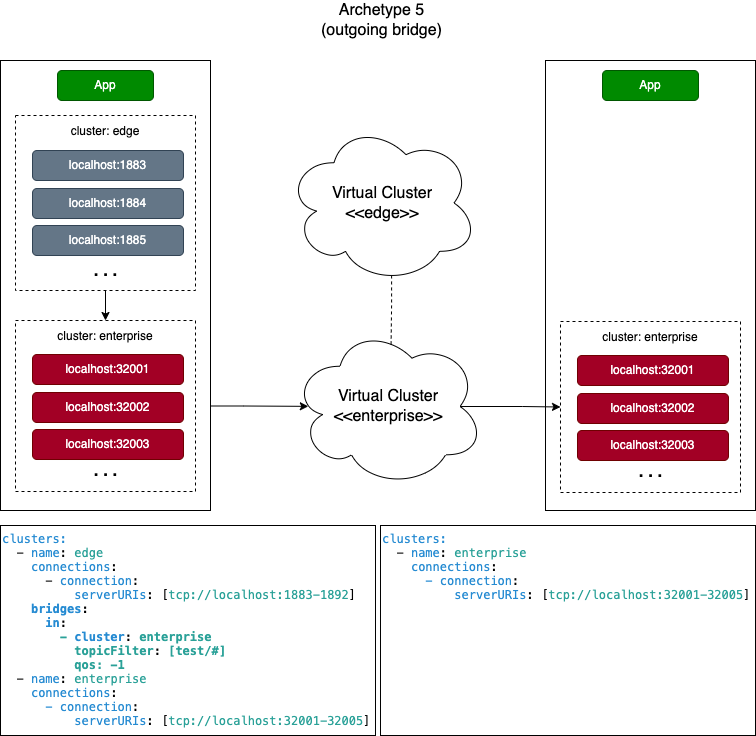
padogrid/bundle-mosquitto-tutorial-virtual-clusters keeps this draw.io diagram as images/mqtt-archetype5.drawio.png. Above is the earlier version. Source tidied: cells renumbered, new cells last; positions are measured from the earlier drawing's top-left corner, leaving out a move shared by most shapes.
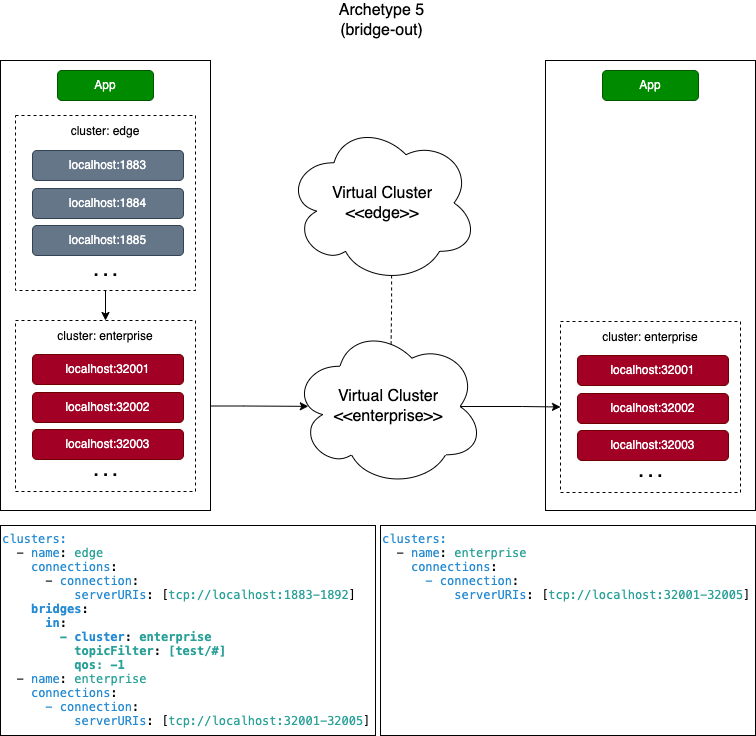
Later version of the same file.

The edit, as a diff of the source:
```diff
@@ -2,7 +2,7 @@
   <root>
     <mxCell id="0" />
     <mxCell id="1" parent="0" />
-    <mxCell id="2" value="Archetype 5&lt;br&gt;(outgoing bridge)" style="text;html=1;strokeColor=none;fillColor=none;align=center;verticalAlign=middle;whiteSpace=wrap;rounded=0;fontSize=16;fontColor=#000000;" parent="1" vertex="1">
+    <mxCell id="2" value="Archetype 5&lt;br&gt;(bridge-out)" style="text;html=1;strokeColor=none;fillColor=none;align=center;verticalAlign=middle;whiteSpace=wrap;rounded=0;fontSize=16;fontColor=#000000;" parent="1" vertex="1">
       <mxGeometry x="159" width="445" height="40" as="geometry" />
     </mxCell>
     <mxCell id="3" value="&lt;p style=&quot;margin: 0px; font-variant-numeric: normal; font-variant-east-asian: normal; font-stretch: normal; line-height: normal; font-family: Menlo; color: rgb(38, 139, 210);&quot; class=&quot;p1&quot;&gt;&lt;font style=&quot;font-size: 12px;&quot;&gt;clusters:&lt;/font&gt;&lt;/p&gt;&lt;p style=&quot;margin: 0px; font-variant-numeric: normal; font-variant-east-asian: normal; font-stretch: normal; line-height: normal; font-family: Menlo;&quot; class=&quot;p2&quot;&gt;&lt;font style=&quot;font-size: 12px;&quot;&gt;&lt;span class=&quot;Apple-converted-space&quot;&gt;&amp;nbsp; &lt;/span&gt;- &lt;span style=&quot;color: rgb(38, 139, 210);&quot; class=&quot;s2&quot;&gt;name&lt;/span&gt;: &lt;span style=&quot;color: rgb(42, 161, 152);&quot; class=&quot;s3&quot;&gt;edge&lt;/span&gt;&lt;/font&gt;&lt;/p&gt;&lt;p style=&quot;margin: 0px; font-variant-numeric: normal; font-variant-east-asian: normal; font-stretch: normal; line-height: normal; font-family: Menlo;&quot; class=&quot;p2&quot;&gt;&lt;font style=&quot;font-size: 12px;&quot;&gt;&lt;span style=&quot;color: rgb(42, 161, 152);&quot; class=&quot;s3&quot;&gt;&amp;nbsp; &amp;nbsp;&amp;nbsp;&lt;span style=&quot;color: rgb(38, 139, 210);&quot;&gt;connections&lt;/span&gt;&lt;span style=&quot;border-color: var(--border-color); color: rgb(0, 0, 0);&quot; class=&quot;s1&quot;&gt;:&lt;/span&gt;&lt;br&gt;&lt;/span&gt;&lt;/font&gt;&lt;/p&gt;&lt;p style=&quot;margin: 0px; font-variant-numeric: normal; font-variant-east-asian: normal; font-stretch: normal; line-height: normal; font-family: Menlo; color: rgb(38, 139, 210);&quot; class=&quot;p1&quot;&gt;&lt;font style=&quot;font-size: 12px;&quot;&gt;&lt;span style=&quot;color: rgb(0, 0, 0);&quot; class=&quot;s1&quot;&gt;&amp;nbsp; &amp;nbsp; &amp;nbsp; -&amp;nbsp;&lt;/span&gt;connection&lt;span style=&quot;color: rgb(0, 0, 0);&quot; class=&quot;s1&quot;&gt;:&lt;/span&gt;&lt;/font&gt;&lt;/p&gt;&lt;p style=&quot;margin: 0px; font-variant-numeric: normal; font-variant-east-asian: normal; font-stretch: normal; line-height: normal; font-family: Menlo; color: rgb(42, 161, 152);&quot; class=&quot;p3&quot;&gt;&lt;font style=&quot;font-size: 12px;&quot;&gt;&lt;span style=&quot;color: rgb(0, 0, 0);&quot; class=&quot;s1&quot;&gt;&amp;nbsp; &amp;nbsp; &amp;nbsp; &amp;nbsp; &amp;nbsp;&amp;nbsp;&lt;/span&gt;&lt;span style=&quot;color: rgb(38, 139, 210);&quot; class=&quot;s2&quot;&gt;serverURIs&lt;/span&gt;&lt;span style=&quot;color: rgb(0, 0, 0);&quot; class=&quot;s1&quot;&gt;: [&lt;/span&gt;tcp://localhost:1883-1892&lt;span style=&quot;color: rgb(0, 0, 0);&quot; class=&quot;s1&quot;&gt;]&lt;/span&gt;&lt;/font&gt;&lt;/p&gt;&lt;p style=&quot;margin: 0px; font-variant-numeric: normal; font-variant-east-asian: normal; font-stretch: normal; line-height: normal; font-family: Menlo; color: rgb(42, 161, 152);&quot; class=&quot;p3&quot;&gt;&lt;span style=&quot;color: rgb(0, 0, 0); background-color: initial;&quot;&gt;&amp;nbsp; &amp;nbsp; &lt;/span&gt;&lt;b&gt;&lt;span style=&quot;background-color: initial; border-color: var(--border-color); color: rgb(38, 139, 210);&quot; class=&quot;s2&quot;&gt;bridges&lt;/span&gt;&lt;span style=&quot;color: rgb(0, 0, 0); background-color: initial; border-color: var(--border-color);&quot; class=&quot;s1&quot;&gt;:&lt;/span&gt;&lt;br&gt;&lt;/b&gt;&lt;/p&gt;&lt;p style=&quot;margin: 0px; font-variant-numeric: normal; font-variant-east-asian: normal; font-stretch: normal; line-height: normal; font-family: Menlo; color: rgb(42, 161, 152);&quot; class=&quot;p3&quot;&gt;&lt;b&gt;&lt;span style=&quot;color: rgb(0, 0, 0); background-color: initial; border-color: var(--border-color);&quot; class=&quot;s1&quot;&gt;&lt;/span&gt;&lt;/b&gt;&lt;/p&gt;&lt;p style=&quot;border-color: var(--border-color); font-variant-numeric: normal; font-variant-east-asian: normal; font-stretch: normal; line-height: normal; font-family: Menlo; margin: 0px; color: rgb(42, 161, 152);&quot; class=&quot;p3&quot;&gt;&lt;font style=&quot;border-color: var(--border-color);&quot;&gt;&lt;b&gt;&amp;nbsp; &amp;nbsp; &amp;nbsp;&amp;nbsp;&lt;span style=&quot;border-color: var(--border-color); color: rgb(38, 139, 210);&quot; class=&quot;s2&quot;&gt;in&lt;/span&gt;&lt;span style=&quot;border-color: var(--border-color); color: rgb(0, 0, 0);&quot; class=&quot;s1&quot;&gt;:&lt;/span&gt;&lt;/b&gt;&lt;/font&gt;&lt;/p&gt;&lt;p style=&quot;border-color: var(--border-color); font-variant-numeric: normal; font-variant-east-asian: normal; font-stretch: normal; line-height: normal; font-family: Menlo; margin: 0px; color: rgb(42, 161, 152);&quot; class=&quot;p3&quot;&gt;&lt;font style=&quot;border-color: var(--border-color);&quot;&gt;&lt;b&gt;&lt;span style=&quot;border-color: var(--border-color); color: rgb(0, 0, 0);&quot; class=&quot;s1&quot;&gt;&lt;/span&gt;&lt;/b&gt;&lt;/font&gt;&lt;/p&gt;&lt;p style=&quot;border-color: var(--border-color); font-variant-numeric: normal; font-variant-east-asian: normal; font-stretch: normal; line-height: normal; font-family: Menlo; margin: 0px; color: rgb(42, 161, 152);&quot; class=&quot;p3&quot;&gt;&lt;font style=&quot;border-color: var(--border-color);&quot;&gt;&lt;b&gt;&amp;nbsp; &amp;nbsp; &amp;nbsp; &amp;nbsp; -&amp;nbsp;&lt;span style=&quot;border-color: var(--border-color); color: rgb(38, 139, 210);&quot; class=&quot;s2&quot;&gt;cluster&lt;/span&gt;&lt;span style=&quot;border-color: var(--border-color); color: rgb(0, 0, 0);&quot; class=&quot;s1&quot;&gt;: &lt;/span&gt;enterprise&lt;/b&gt;&lt;/font&gt;&lt;/p&gt;&lt;p style=&quot;border-color: var(--border-color); font-variant-numeric: normal; font-variant-east-asian: normal; font-stretch: normal; line-height: normal; font-family: Menlo; margin: 0px; color: rgb(42, 161, 152);&quot; class=&quot;p3&quot;&gt;&lt;b&gt;&lt;font style=&quot;border-color: var(--border-color);&quot;&gt;&lt;/font&gt;&lt;/b&gt;&lt;/p&gt;&lt;p style=&quot;border-color: var(--border-color); font-variant-numeric: normal; font-variant-east-asian: normal; font-stretch: normal; line-height: normal; font-family: Menlo; margin: 0px; color: rgb(42, 161, 152);&quot; class=&quot;p3&quot;&gt;&lt;font style=&quot;border-color: var(--border-color);&quot;&gt;&lt;b&gt;&amp;nbsp; &amp;nbsp; &amp;nbsp; &amp;nbsp; &amp;nbsp; topicFilter&lt;span style=&quot;border-color: var(--border-color); color: rgb(0, 0, 0);&quot; class=&quot;s1&quot;&gt;:&amp;nbsp;&lt;/span&gt;[test/#]&lt;/b&gt;&lt;/font&gt;&lt;/p&gt;&lt;p style=&quot;border-color: var(--border-color); font-variant-numeric: normal; font-variant-east-asian: normal; font-stretch: normal; line-height: normal; font-family: Menlo; margin: 0px; color: rgb(42, 161, 152);&quot; class=&quot;p3&quot;&gt;&lt;b&gt;&lt;font style=&quot;border-color: var(--border-color);&quot;&gt;&lt;/font&gt;&lt;/b&gt;&lt;/p&gt;&lt;p style=&quot;border-color: var(--border-color); font-variant-numeric: normal; font-variant-east-asian: normal; font-stretch: normal; line-height: normal; font-family: Menlo; margin: 0px; color: rgb(42, 161, 152);&quot; class=&quot;p3&quot;&gt;&lt;font style=&quot;border-color: var(--border-color);&quot;&gt;&lt;b&gt;&amp;nbsp; &amp;nbsp; &amp;nbsp; &amp;nbsp; &amp;nbsp; qos: -1&lt;/b&gt;&lt;/font&gt;&lt;/p&gt;&lt;p style=&quot;border-color: var(--border-color); font-variant-numeric: normal; font-variant-east-asian: normal; font-stretch: normal; line-height: normal; font-family: Menlo; margin: 0px; color: rgb(42, 161, 152);&quot; class=&quot;p3&quot;&gt;&lt;font style=&quot;border-color: var(--border-color);&quot;&gt;&lt;/font&gt;&lt;/p&gt;&lt;p style=&quot;border-color: var(--border-color); font-variant-numeric: normal; font-variant-east-asian: normal; font-stretch: normal; line-height: normal; font-family: Menlo; margin: 0px;&quot; class=&quot;p2&quot;&gt;&lt;font style=&quot;border-color: var(--border-color);&quot;&gt;&amp;nbsp;&amp;nbsp;-&amp;nbsp;&lt;span style=&quot;border-color: var(--border-color); color: rgb(38, 139, 210);&quot; class=&quot;s2&quot;&gt;name&lt;/span&gt;:&amp;nbsp;&lt;span style=&quot;border-color: var(--border-color); color: rgb(42, 161, 152);&quot; class=&quot;s3&quot;&gt;enterprise&lt;/span&gt;&lt;/font&gt;&lt;/p&gt;&lt;p style=&quot;border-color: var(--border-color); font-variant-numeric: normal; font-variant-east-asian: normal; font-stretch: normal; line-height: normal; font-family: Menlo; margin: 0px;&quot; class=&quot;p2&quot;&gt;&lt;font style=&quot;border-color: var(--border-color);&quot;&gt;&lt;span style=&quot;border-color: var(--border-color); color: rgb(42, 161, 152);&quot; class=&quot;s3&quot;&gt;&amp;nbsp; &amp;nbsp;&amp;nbsp;&lt;span style=&quot;color: rgb(38, 139, 210);&quot;&gt;connections&lt;/span&gt;&lt;span style=&quot;border-color: var(--border-color); color: rgb(0, 0, 0);&quot; class=&quot;s1&quot;&gt;:&lt;/span&gt;&lt;br&gt;&lt;/span&gt;&lt;/font&gt;&lt;/p&gt;&lt;p style=&quot;border-color: var(--border-color); font-variant-numeric: normal; font-variant-east-asian: normal; font-stretch: normal; line-height: normal; font-family: Menlo; margin: 0px;&quot; class=&quot;p2&quot;&gt;&lt;font style=&quot;border-color: var(--border-color);&quot;&gt;&lt;span style=&quot;border-color: var(--border-color); color: rgb(42, 161, 152);&quot; class=&quot;s3&quot;&gt;&lt;/span&gt;&lt;/font&gt;&lt;/p&gt;&lt;p style=&quot;border-color: var(--border-color); font-variant-numeric: normal; font-variant-east-asian: normal; font-stretch: normal; line-height: normal; font-family: Menlo; margin: 0px; color: rgb(38, 139, 210);&quot; class=&quot;p1&quot;&gt;&lt;font style=&quot;border-color: var(--border-color);&quot;&gt;&amp;nbsp; &amp;nbsp; &amp;nbsp; - connection&lt;span style=&quot;border-color: var(--border-color); color: rgb(0, 0, 0);&quot; class=&quot;s1&quot;&gt;:&lt;/span&gt;&lt;/font&gt;&lt;/p&gt;&lt;p style=&quot;border-color: var(--border-color); font-variant-numeric: normal; font-variant-east-asian: normal; font-stretch: normal; line-height: normal; font-family: Menlo; margin: 0px; color: rgb(38, 139, 210);&quot; class=&quot;p1&quot;&gt;&lt;font style=&quot;border-color: var(--border-color);&quot;&gt;&lt;span style=&quot;border-color: var(--border-color); color: rgb(0, 0, 0);&quot; class=&quot;s1&quot;&gt;&lt;/span&gt;&lt;/font&gt;&lt;/p&gt;&lt;p style=&quot;border-color: var(--border-color); font-variant-numeric: normal; font-variant-east-asian: normal; font-stretch: normal; line-height: normal; font-family: Menlo; margin: 0px; color: rgb(42, 161, 152);&quot; class=&quot;p3&quot;&gt;&lt;font style=&quot;border-color: var(--border-color);&quot;&gt;&amp;nbsp; &amp;nbsp; &amp;nbsp; &amp;nbsp; &amp;nbsp;&amp;nbsp;&lt;span style=&quot;border-color: var(--border-color); color: rgb(38, 139, 210);&quot; class=&quot;s2&quot;&gt;serverURIs&lt;/span&gt;&lt;span style=&quot;border-color: var(--border-color); color: rgb(0, 0, 0);&quot; class=&quot;s1&quot;&gt;: [&lt;/span&gt;tcp://localhost:32001-32005&lt;span style=&quot;border-color: var(--border-color); color: rgb(0, 0, 0);&quot; class=&quot;s1&quot;&gt;]&lt;/span&gt;&lt;/font&gt;&lt;/p&gt;" style="text;html=1;strokeColor=default;fillColor=none;align=left;verticalAlign=top;whiteSpace=wrap;rounded=0;fontSize=12;fontColor=#000000;" parent="1" vertex="1">
```
